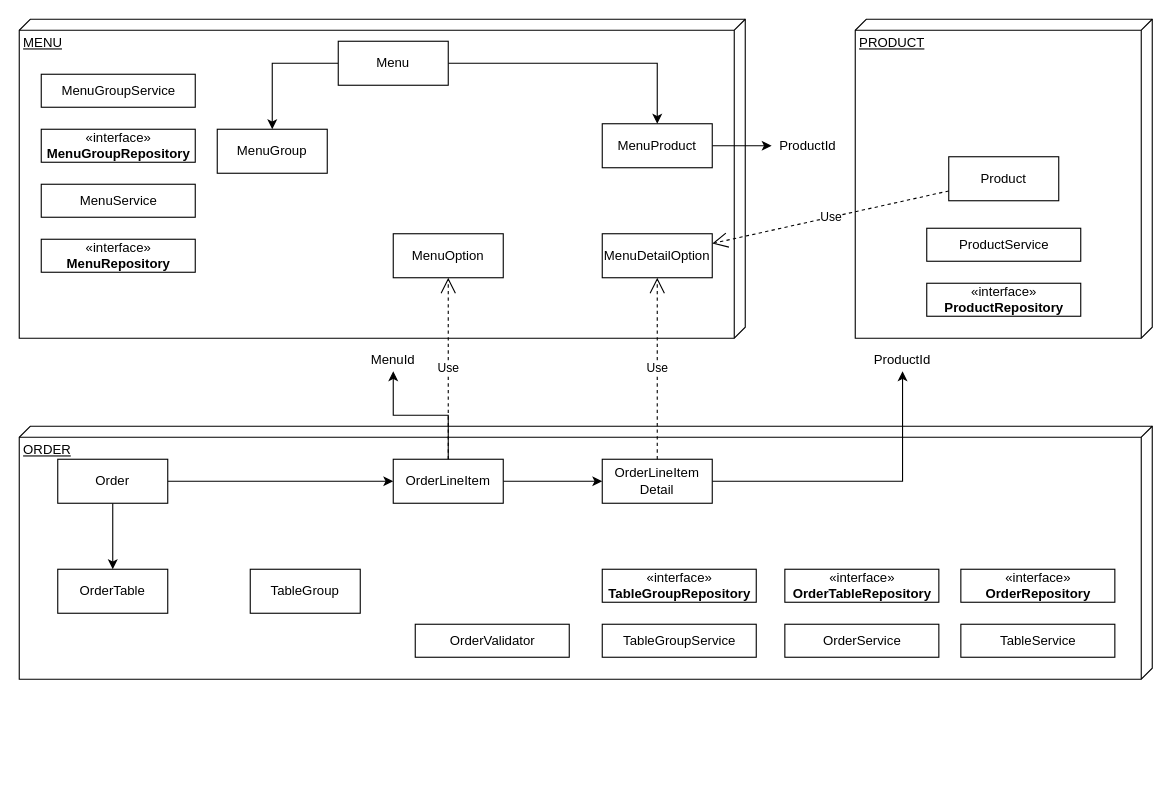
Above: Untitled Diagram.drawio in wrallee/python-study-self (draw.io), before the change. Source tidied: cells renumbered, new cells numbered last; positions are measured from the earlier drawing's top-left corner, leaving out a move shared by most shapes. Both pictures are drawn from the tidied source at 110%, with x=0, y=0 at pixel (19, 19).
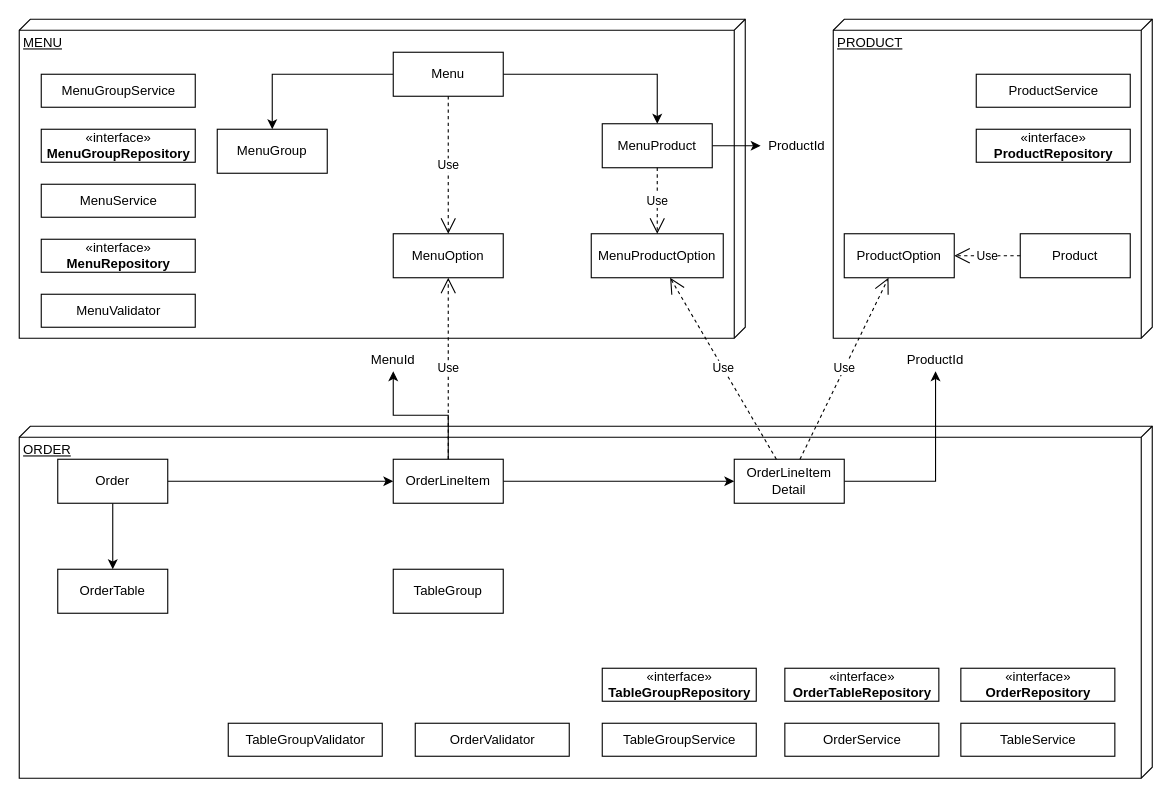
The same page after the edit.

Unchanged cells that the change refers to:
```xml
<mxCell id="9" value="MenuProduct" style="whiteSpace=wrap;html=1;align=center;" parent="1" vertex="1">
  <mxGeometry x="530" y="95" width="100" height="40" as="geometry" />
</mxCell>
<mxCell id="38" value="MenuOption" style="whiteSpace=wrap;html=1;align=center;" parent="1" vertex="1">
  <mxGeometry x="340" y="195" width="100" height="40" as="geometry" />
</mxCell>
```

Change to the diagram source:
```diff
@@
     <mxCell id="2" value="ORDER" style="verticalAlign=top;align=left;spacingTop=8;spacingLeft=2;spacingRight=12;shape=cube;size=10;direction=south;fontStyle=4;html=1;" parent="1" vertex="1">
-      <mxGeometry y="370" width="1030" height="230" as="geometry" />
+      <mxGeometry y="370" width="1030" height="320" as="geometry" />
     </mxCell>
@@
     <mxCell id="4" value="PRODUCT" style="verticalAlign=top;align=left;spacingTop=8;spacingLeft=2;spacingRight=12;shape=cube;size=10;direction=south;fontStyle=4;html=1;" parent="1" vertex="1">
-      <mxGeometry x="760" width="270" height="290" as="geometry" />
+      <mxGeometry x="740" width="290" height="290" as="geometry" />
     </mxCell>
@@
     <mxCell id="7" value="Menu" style="whiteSpace=wrap;html=1;align=center;" parent="1" vertex="1">
-      <mxGeometry x="290" y="20" width="100" height="40" as="geometry" />
+      <mxGeometry x="340" y="30" width="100" height="40" as="geometry" />
     </mxCell>
@@
     <mxCell id="11" value="Product" style="whiteSpace=wrap;html=1;align=center;" parent="1" vertex="1">
-      <mxGeometry x="845" y="125" width="100" height="40" as="geometry" />
+      <mxGeometry x="910" y="195" width="100" height="40" as="geometry" />
     </mxCell>
     <mxCell id="12" value="ProductId" style="text;html=1;strokeColor=none;fillColor=none;align=center;verticalAlign=middle;whiteSpace=wrap;rounded=0;" parent="1" vertex="1">
-      <mxGeometry x="684" y="105" width="66" height="20" as="geometry" />
+      <mxGeometry x="674" y="105" width="66" height="20" as="geometry" />
     </mxCell>
@@
     <mxCell id="17" value="«interface»&lt;br&gt;&lt;b&gt;ProductRepository&lt;/b&gt;" style="html=1;" parent="1" vertex="1">
-      <mxGeometry x="825" y="240" width="140" height="30" as="geometry" />
+      <mxGeometry x="870" y="100" width="140" height="30" as="geometry" />
     </mxCell>
     <mxCell id="18" value="ProductService" style="html=1;" parent="1" vertex="1">
-      <mxGeometry x="825" y="190" width="140" height="30" as="geometry" />
+      <mxGeometry x="870" y="50" width="140" height="30" as="geometry" />
     </mxCell>
@@
     <mxCell id="22" value="OrderService" style="html=1;" parent="1" vertex="1">
-      <mxGeometry x="696" y="550" width="140" height="30" as="geometry" />
+      <mxGeometry x="696" y="640" width="140" height="30" as="geometry" />
     </mxCell>
     <mxCell id="23" value="TableService" style="html=1;" parent="1" vertex="1">
-      <mxGeometry x="856" y="550" width="140" height="30" as="geometry" />
+      <mxGeometry x="856" y="640" width="140" height="30" as="geometry" />
     </mxCell>
     <mxCell id="24" value="TableGroupService" style="html=1;" parent="1" vertex="1">
-      <mxGeometry x="530" y="550" width="140" height="30" as="geometry" />
+      <mxGeometry x="530" y="640" width="140" height="30" as="geometry" />
     </mxCell>
@@
     <mxCell id="29" value="OrderLineItem&lt;br&gt;Detail" style="whiteSpace=wrap;html=1;align=center;" parent="1" vertex="1">
-      <mxGeometry x="530" y="400" width="100" height="40" as="geometry" />
+      <mxGeometry x="650" y="400" width="100" height="40" as="geometry" />
     </mxCell>
@@
     <mxCell id="31" value="TableGroup" style="whiteSpace=wrap;html=1;align=center;" parent="1" vertex="1">
-      <mxGeometry x="210" y="500" width="100" height="40" as="geometry" />
+      <mxGeometry x="340" y="500" width="100" height="40" as="geometry" />
     </mxCell>
     <mxCell id="32" value="«interface»&lt;br&gt;&lt;b&gt;TableGroupRepository&lt;/b&gt;" style="html=1;" parent="1" vertex="1">
-      <mxGeometry x="530" y="500" width="140" height="30" as="geometry" />
+      <mxGeometry x="530" y="590" width="140" height="30" as="geometry" />
     </mxCell>
     <mxCell id="33" value="«interface»&lt;br&gt;&lt;b&gt;OrderTableRepository&lt;/b&gt;" style="html=1;" parent="1" vertex="1">
-      <mxGeometry x="696" y="500" width="140" height="30" as="geometry" />
+      <mxGeometry x="696" y="590" width="140" height="30" as="geometry" />
     </mxCell>
     <mxCell id="34" value="«interface»&lt;br&gt;&lt;b&gt;OrderRepository&lt;/b&gt;" style="html=1;" parent="1" vertex="1">
-      <mxGeometry x="856" y="500" width="140" height="30" as="geometry" />
+      <mxGeometry x="856" y="590" width="140" height="30" as="geometry" />
     </mxCell>
     <mxCell id="35" value="OrderValidator" style="html=1;" parent="1" vertex="1">
-      <mxGeometry x="360" y="550" width="140" height="30" as="geometry" />
+      <mxGeometry x="360" y="640" width="140" height="30" as="geometry" />
     </mxCell>
@@
     <mxCell id="37" value="ProductId" style="text;html=1;strokeColor=none;fillColor=none;align=center;verticalAlign=middle;whiteSpace=wrap;rounded=0;" parent="1" vertex="1">
-      <mxGeometry x="770" y="300" width="66" height="20" as="geometry" />
+      <mxGeometry x="800" y="300" width="66" height="20" as="geometry" />
     </mxCell>
@@
-    <mxCell id="39" value="MenuDetailOption" style="whiteSpace=wrap;html=1;align=center;" parent="1" vertex="1">
-      <mxGeometry x="530" y="195" width="100" height="40" as="geometry" />
+    <mxCell id="39" value="MenuProductOption" style="whiteSpace=wrap;html=1;align=center;" parent="1" vertex="1">
+      <mxGeometry x="520" y="195" width="120" height="40" as="geometry" />
     </mxCell>
@@
-    <mxCell id="43" value="Use" style="endArrow=open;endSize=12;dashed=1;html=1;" parent="1" edge="1" source="11" target="39">
+    <mxCell id="43" value="Use" style="endArrow=open;endSize=12;dashed=1;html=1;" parent="1" edge="1" source="11" target="47">
       <mxGeometry relative="1" as="geometry" />
     </mxCell>
+    <mxCell id="44" value="MenuValidator" style="html=1;" parent="1" vertex="1">
+      <mxGeometry x="20" y="250" width="140" height="30" as="geometry" />
+    </mxCell>
+    <mxCell id="45" value="TableGroupValidator" style="html=1;" parent="1" vertex="1">
+      <mxGeometry x="190" y="640" width="140" height="30" as="geometry" />
+    </mxCell>
+    <mxCell id="46" value="Use" style="endArrow=open;endSize=12;dashed=1;html=1;" parent="1" edge="1" source="7" target="38">
+      <mxGeometry relative="1" as="geometry" />
+    </mxCell>
+    <mxCell id="47" value="ProductOption" style="whiteSpace=wrap;html=1;align=center;" parent="1" vertex="1">
+      <mxGeometry x="750" y="195" width="100" height="40" as="geometry" />
+    </mxCell>
+    <mxCell id="48" value="Use" style="endArrow=open;endSize=12;dashed=1;html=1;" parent="1" edge="1" source="29" target="47">
+      <mxGeometry relative="1" as="geometry" />
+    </mxCell>
+    <mxCell id="49" value="Use" style="endArrow=open;endSize=12;dashed=1;html=1;" parent="1" edge="1" source="9" target="39">
+      <mxGeometry relative="1" as="geometry" />
+    </mxCell>
```
